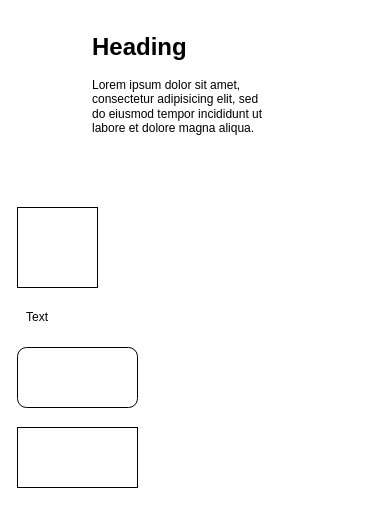
Before: mind mapping.drawio in wanglizheng/mind-mapping, a draw.io diagram. Source tidied: cells renumbered, new cells numbered last; positions are measured from the earlier drawing's top-left corner, leaving out a move shared by most shapes. Both pictures are drawn from the tidied source at 100%, with x=0, y=0 at pixel (17, 27).
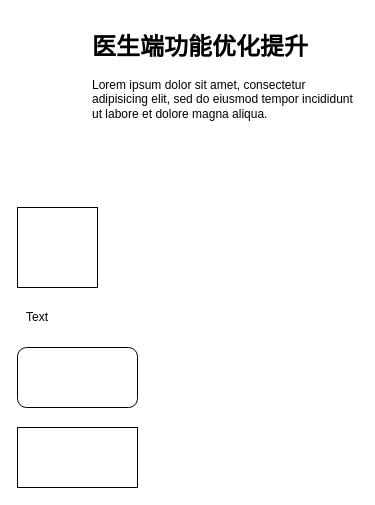
Above is the later version.

What changed in the source:
```diff
@@
 <mxGraphModel>
   <root>
     <mxCell id="0" />
     <mxCell id="1" parent="0" />
     <mxCell id="2" style="whiteSpace=wrap;html=1;" parent="1" vertex="1">
       <mxGeometry y="180" width="80" height="80" as="geometry" />
     </mxCell>
-    <mxCell id="3" value="&lt;h1&gt;Heading&lt;/h1&gt;&lt;p&gt;Lorem ipsum dolor sit amet, consectetur adipisicing elit, sed do eiusmod tempor incididunt ut labore et dolore magna aliqua.&lt;/p&gt;" style="text;html=1;strokeColor=none;fillColor=none;spacing=5;spacingTop=-20;whiteSpace=wrap;overflow=hidden;rounded=0;" parent="1" vertex="1">
-      <mxGeometry x="70" width="190" height="120" as="geometry" />
+    <mxCell id="3" value="&lt;h1&gt;医生端功能优化提升&lt;/h1&gt;&lt;p&gt;Lorem ipsum dolor sit amet, consectetur adipisicing elit, sed do eiusmod tempor incididunt ut labore et dolore magna aliqua.&lt;/p&gt;" style="text;html=1;strokeColor=none;fillColor=none;spacing=5;spacingTop=-20;whiteSpace=wrap;overflow=hidden;rounded=0;" parent="1" vertex="1">
+      <mxGeometry x="70" width="270" height="120" as="geometry" />
     </mxCell>
     <mxCell id="4" value="Text" style="text;html=1;strokeColor=none;fillColor=none;align=center;verticalAlign=middle;whiteSpace=wrap;rounded=0;" parent="1" vertex="1">
       <mxGeometry y="280" width="40" height="20" as="geometry" />
     </mxCell>
     <mxCell id="5" style="rounded=1;whiteSpace=wrap;html=1;" parent="1" vertex="1">
       <mxGeometry y="320" width="120" height="60" as="geometry" />
     </mxCell>
     <mxCell id="6" style="rounded=0;whiteSpace=wrap;html=1;" parent="1" vertex="1">
       <mxGeometry y="400" width="120" height="60" as="geometry" />
     </mxCell>
   </root>
 </mxGraphModel>
```
